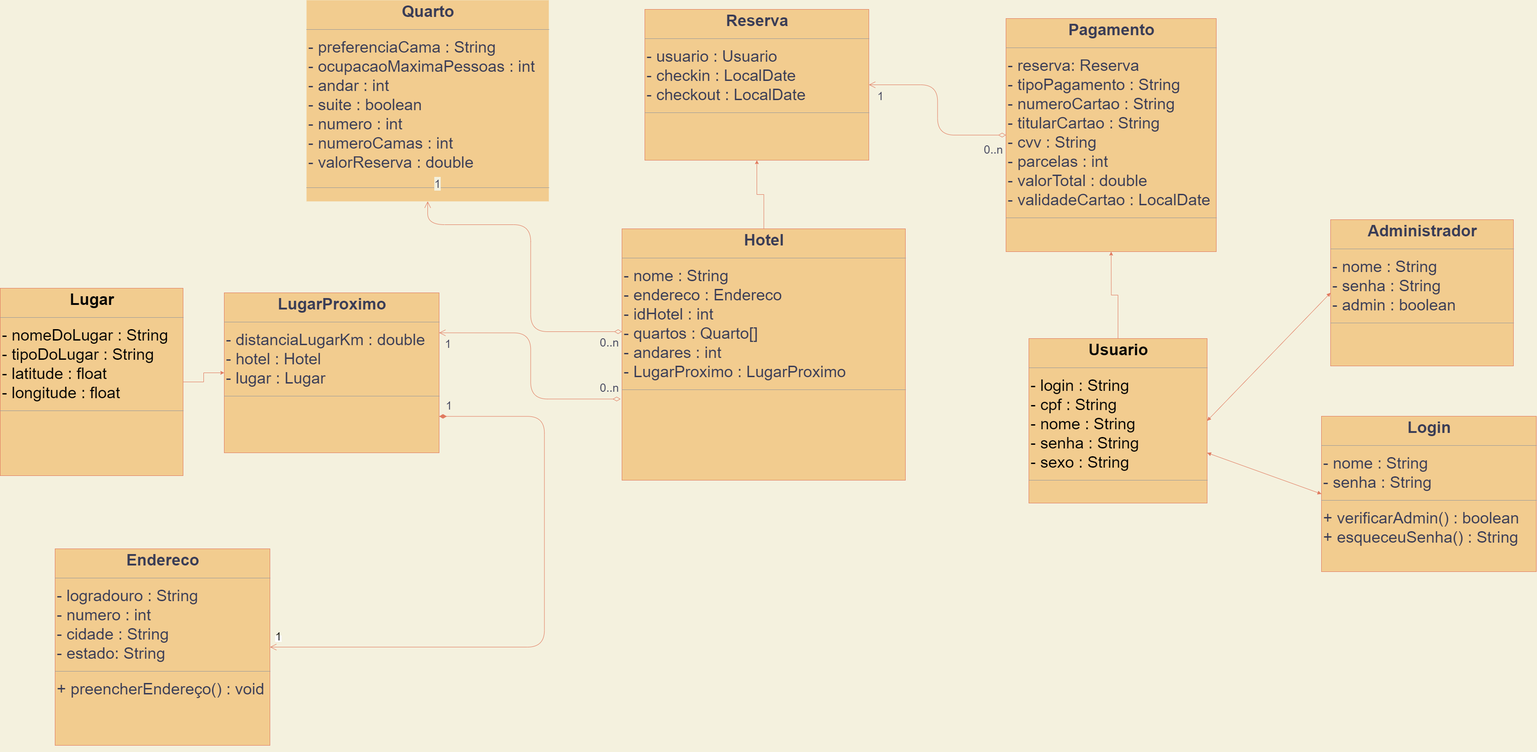
Earlier version of the draw.io export Diagrama UML Graduandos em Totólogia.png (pedrocmr/Projeto_Host4U). Source tidied: cells renumbered, new cells last; positions are measured from the earlier drawing's top-left corner, leaving out a move shared by most shapes.
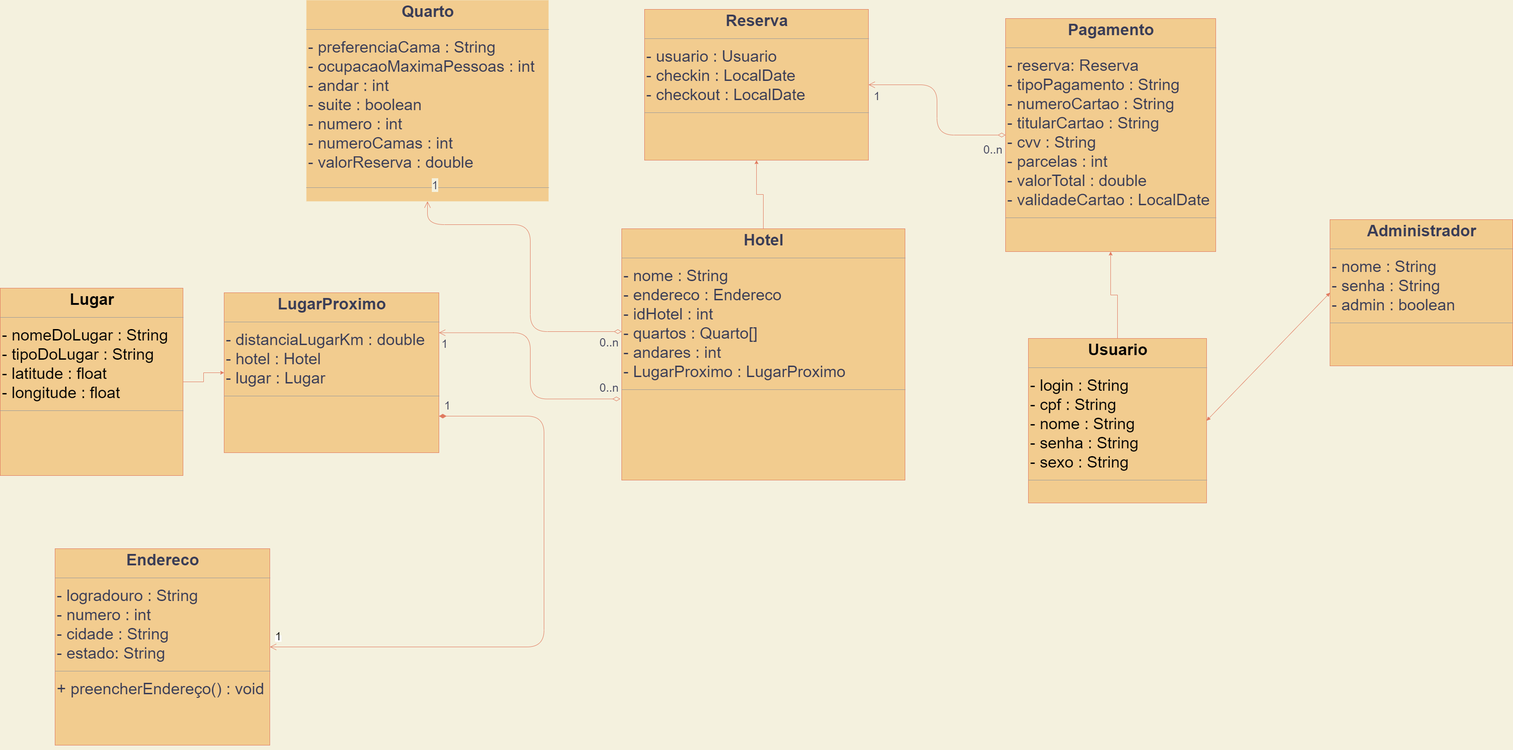
After the commit.

Diff of the diagram source:
```diff
@@ -11,9 +11,6 @@
     <mxCell id="4" value="&lt;p style=&quot;margin: 4px 0px 0px ; text-align: center ; font-size: 35px&quot;&gt;&lt;b&gt;&lt;font style=&quot;font-size: 35px&quot;&gt;Endereco&lt;/font&gt;&lt;/b&gt;&lt;/p&gt;&lt;hr size=&quot;1&quot; style=&quot;font-size: 35px&quot;&gt;&lt;p style=&quot;margin: 0px 0px 0px 4px ; font-size: 35px&quot;&gt;&lt;font style=&quot;font-size: 35px&quot;&gt;- logradouro : String&lt;/font&gt;&lt;/p&gt;&lt;p style=&quot;margin: 0px 0px 0px 4px ; font-size: 35px&quot;&gt;&lt;font style=&quot;font-size: 35px&quot;&gt;- numero : int&lt;/font&gt;&lt;/p&gt;&lt;p style=&quot;margin: 0px 0px 0px 4px ; font-size: 35px&quot;&gt;&lt;font style=&quot;font-size: 35px&quot;&gt;- cidade : String&lt;/font&gt;&lt;/p&gt;&lt;p style=&quot;margin: 0px 0px 0px 4px ; font-size: 35px&quot;&gt;&lt;font style=&quot;font-size: 35px&quot;&gt;- estado: String&lt;/font&gt;&lt;/p&gt;&lt;hr size=&quot;1&quot; style=&quot;font-size: 35px&quot;&gt;&lt;p style=&quot;margin: 0px 0px 0px 4px ; font-size: 35px&quot;&gt;+ preencherEndereço() : void&lt;/p&gt;" style="verticalAlign=top;align=left;overflow=fill;fontSize=12;fontFamily=Helvetica;html=1;arcSize=74;fillColor=#F2CC8F;strokeColor=#E07A5F;fontColor=#393C56;" parent="1" vertex="1">
       <mxGeometry x="120" y="1200" width="470" height="430" as="geometry" />
     </mxCell>
-    <mxCell id="5" value="&lt;p style=&quot;margin: 4px 0px 0px ; text-align: center ; font-size: 35px&quot;&gt;&lt;b&gt;&lt;font style=&quot;font-size: 35px&quot;&gt;Login&lt;/font&gt;&lt;/b&gt;&lt;/p&gt;&lt;hr size=&quot;1&quot; style=&quot;font-size: 35px&quot;&gt;&lt;p style=&quot;margin: 0px 0px 0px 4px ; font-size: 35px&quot;&gt;&lt;span&gt;- nome : String&lt;/span&gt;&lt;br&gt;&lt;/p&gt;&lt;p style=&quot;margin: 0px 0px 0px 4px ; font-size: 35px&quot;&gt;&lt;span&gt;- senha : String&lt;/span&gt;&lt;/p&gt;&lt;hr size=&quot;1&quot; style=&quot;font-size: 35px&quot;&gt;&lt;p style=&quot;margin: 0px 0px 0px 4px ; font-size: 35px&quot;&gt;&lt;font style=&quot;font-size: 35px&quot;&gt;+ verificarAdmin() : boolean&lt;/font&gt;&lt;/p&gt;&lt;p style=&quot;margin: 0px 0px 0px 4px ; font-size: 35px&quot;&gt;&lt;font style=&quot;font-size: 35px&quot;&gt;+ esqueceuSenha() : String&lt;/font&gt;&lt;/p&gt;" style="verticalAlign=top;align=left;overflow=fill;fontSize=12;fontFamily=Helvetica;html=1;arcSize=74;fontColor=#393C56;fillColor=#F2CC8F;strokeColor=#E07A5F;" parent="1" vertex="1">
-      <mxGeometry x="2890" y="910" width="470" height="340" as="geometry" />
-    </mxCell>
     <mxCell id="6" style="edgeStyle=orthogonalEdgeStyle;rounded=0;jettySize=auto;html=1;entryX=0.5;entryY=1;entryDx=0;entryDy=0;strokeColor=#E07A5F;" parent="1" edge="1" source="7" target="8">
       <mxGeometry relative="1" as="geometry" />
     </mxCell>
@@ -86,9 +83,6 @@
         <mxPoint x="19.5" y="2.2" as="offset" />
       </mxGeometry>
     </mxCell>
-    <mxCell id="22" style="endArrow=block;startArrow=block;endFill=1;startFill=1;html=1;exitX=0;exitY=0.5;exitDx=0;exitDy=0;arcSize=74;labelBackgroundColor=#F4F1DE;strokeColor=#E07A5F;fontColor=#393C56;" parent="1" edge="1" source="5" target="26">
-      <mxGeometry relative="1" as="geometry" />
-    </mxCell>
     <mxCell id="23" style="endArrow=block;startArrow=block;endFill=1;startFill=1;html=1;entryX=1;entryY=0.5;entryDx=0;entryDy=0;exitX=0;exitY=0.5;exitDx=0;exitDy=0;arcSize=74;labelBackgroundColor=#F4F1DE;strokeColor=#E07A5F;fontColor=#393C56;" parent="1" edge="1" source="2" target="26">
       <mxGeometry relative="1" as="geometry" />
     </mxCell>
```
